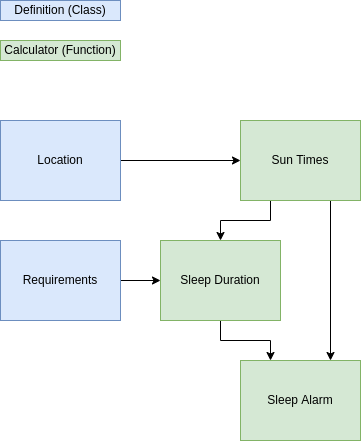
TheOrganist24/Astronomical keeps this draw.io diagram as img/sleep_flow.png. Above is the earlier version. Source tidied: cells renumbered, new cells last; positions are measured from the earlier drawing's top-left corner, leaving out a move shared by most shapes.
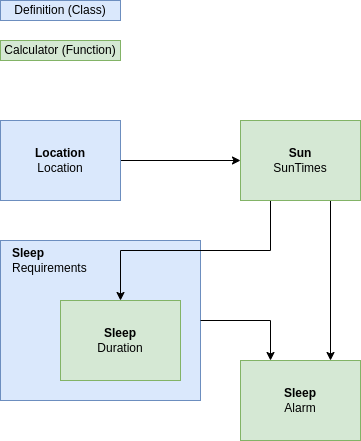
The same diagram one commit later.

Diff of the diagram source:
```diff
@@ -5,14 +5,11 @@
     <mxCell id="2" style="edgeStyle=orthogonalEdgeStyle;rounded=0;jettySize=auto;html=1;" parent="1" edge="1" source="3" target="8">
       <mxGeometry relative="1" as="geometry" />
     </mxCell>
-    <mxCell id="3" value="Location" style="rounded=0;whiteSpace=wrap;html=1;fillColor=#dae8fc;strokeColor=#6c8ebf;" parent="1" vertex="1">
+    <mxCell id="3" value="&lt;b&gt;Location&lt;/b&gt;&lt;br&gt;Location" style="rounded=0;whiteSpace=wrap;html=1;fillColor=#dae8fc;strokeColor=#6c8ebf;" parent="1" vertex="1">
       <mxGeometry y="120" width="120" height="80" as="geometry" />
     </mxCell>
-    <mxCell id="4" style="edgeStyle=orthogonalEdgeStyle;rounded=0;jettySize=auto;html=1;exitX=1;exitY=0.5;exitDx=0;exitDy=0;entryX=0;entryY=0.5;entryDx=0;entryDy=0;" parent="1" edge="1" source="5" target="10">
-      <mxGeometry relative="1" as="geometry" />
-    </mxCell>
-    <mxCell id="5" value="Requirements" style="rounded=0;whiteSpace=wrap;html=1;fillColor=#dae8fc;strokeColor=#6c8ebf;" parent="1" vertex="1">
-      <mxGeometry y="240" width="120" height="80" as="geometry" />
+    <mxCell id="5" style="rounded=0;whiteSpace=wrap;html=1;fillColor=#DAE8FC;strokeColor=#6c8ebf;" parent="1" vertex="1">
+      <mxGeometry y="240" width="200" height="160" as="geometry" />
     </mxCell>
     <mxCell id="6" style="edgeStyle=orthogonalEdgeStyle;rounded=0;jettySize=auto;html=1;exitX=0.25;exitY=1;exitDx=0;exitDy=0;" parent="1" edge="1" source="8" target="10">
       <mxGeometry relative="1" as="geometry" />
@@ -20,14 +17,14 @@
     <mxCell id="7" style="edgeStyle=orthogonalEdgeStyle;rounded=0;jettySize=auto;html=1;exitX=0.75;exitY=1;exitDx=0;exitDy=0;entryX=0.75;entryY=0;entryDx=0;entryDy=0;" parent="1" edge="1" source="8" target="13">
       <mxGeometry relative="1" as="geometry" />
     </mxCell>
-    <mxCell id="8" value="Sun Times" style="rounded=0;whiteSpace=wrap;html=1;fillColor=#d5e8d4;strokeColor=#82b366;" parent="1" vertex="1">
+    <mxCell id="8" value="&lt;b&gt;Sun&lt;/b&gt;&lt;br&gt;SunTimes" style="rounded=0;whiteSpace=wrap;html=1;fillColor=#d5e8d4;strokeColor=#82b366;" parent="1" vertex="1">
       <mxGeometry x="240" y="120" width="120" height="80" as="geometry" />
     </mxCell>
-    <mxCell id="9" style="edgeStyle=orthogonalEdgeStyle;rounded=0;jettySize=auto;html=1;exitX=0.5;exitY=1;exitDx=0;exitDy=0;entryX=0.25;entryY=0;entryDx=0;entryDy=0;" parent="1" edge="1" source="10" target="13">
+    <mxCell id="9" style="edgeStyle=orthogonalEdgeStyle;rounded=0;jettySize=auto;html=1;exitX=1;exitY=0.5;exitDx=0;exitDy=0;entryX=0.25;entryY=0;entryDx=0;entryDy=0;" parent="1" edge="1" source="5" target="13">
       <mxGeometry relative="1" as="geometry" />
     </mxCell>
-    <mxCell id="10" value="Sleep Duration" style="rounded=0;whiteSpace=wrap;html=1;fillColor=#d5e8d4;strokeColor=#82b366;" parent="1" vertex="1">
-      <mxGeometry x="160" y="240" width="120" height="80" as="geometry" />
+    <mxCell id="10" value="&lt;b&gt;Sleep&lt;/b&gt;&lt;br&gt;Duration" style="rounded=0;whiteSpace=wrap;html=1;fillColor=#d5e8d4;strokeColor=#82b366;align=center;" parent="1" vertex="1">
+      <mxGeometry x="60" y="300" width="120" height="80" as="geometry" />
     </mxCell>
     <mxCell id="11" value="Definition (Class)" style="rounded=0;whiteSpace=wrap;html=1;fillColor=#dae8fc;strokeColor=#6c8ebf;" parent="1" vertex="1">
       <mxGeometry width="120" height="20" as="geometry" />
@@ -35,8 +32,11 @@
     <mxCell id="12" value="Calculator (Function)" style="rounded=0;whiteSpace=wrap;html=1;fillColor=#d5e8d4;strokeColor=#82b366;" parent="1" vertex="1">
       <mxGeometry y="40" width="120" height="20" as="geometry" />
     </mxCell>
-    <mxCell id="13" value="Sleep Alarm" style="rounded=0;whiteSpace=wrap;html=1;fillColor=#d5e8d4;strokeColor=#82b366;" parent="1" vertex="1">
+    <mxCell id="13" value="&lt;b&gt;Sleep&lt;br&gt;&lt;/b&gt;Alarm" style="rounded=0;whiteSpace=wrap;html=1;fillColor=#d5e8d4;strokeColor=#82b366;" parent="1" vertex="1">
       <mxGeometry x="240" y="360" width="120" height="80" as="geometry" />
     </mxCell>
+    <mxCell id="14" value="&lt;span style=&quot;color: rgb(0 , 0 , 0) ; font-family: &amp;#34;helvetica&amp;#34; ; font-size: 12px ; font-style: normal ; letter-spacing: normal ; text-indent: 0px ; text-transform: none ; word-spacing: 0px ; display: inline ; float: none&quot;&gt;&lt;b&gt;Sleep&lt;/b&gt;&lt;br&gt;Requirements&lt;/span&gt;" style="text;html=1;strokeColor=#DAE8FC;fillColor=#DAE8FC;align=left;verticalAlign=middle;whiteSpace=wrap;rounded=0;labelBackgroundColor=#DAE8FC;" parent="1" vertex="1">
+      <mxGeometry x="10" y="250" width="80" height="20" as="geometry" />
+    </mxCell>
   </root>
 </mxGraphModel>
```
